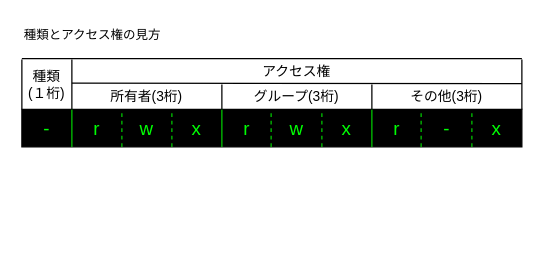
Above: page "chmodとアクセス権" (9 of 9) of AWS研修_WEBアプリ_挿絵.drawio in reizo0901/Doc (draw.io), before the change. Source tidied: cells renumbered, new cells numbered last; positions are measured from the earlier drawing's top-left corner, leaving out a move shared by most shapes. Both pictures are drawn from the tidied source at 125%, with x=0, y=0 at pixel (21, 21).
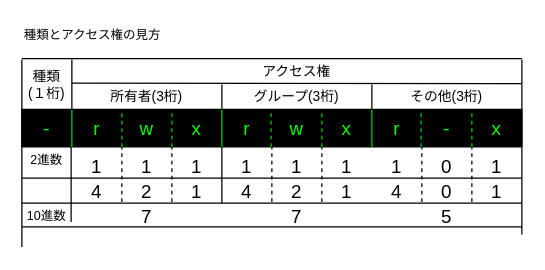
After the change.

Commit message (it also covers changes not shown here):
AWS研修_WEBアプリ_挿絵.drawio を更新します

What changed in the source:
```diff
@@
     <mxCell id="30" style="endArrow=none;html=1;strokeWidth=1;rounded=0;" parent="1" edge="1">
       <mxGeometry relative="1" as="geometry">
-        <mxPoint y="70" as="sourcePoint" />
+        <mxPoint y="180" as="sourcePoint" />
         <mxPoint y="30" as="targetPoint" />
       </mxGeometry>
     </mxCell>
@@
     <mxCell id="32" style="endArrow=none;html=1;strokeWidth=1;rounded=0;" parent="1" edge="1">
       <mxGeometry relative="1" as="geometry">
-        <mxPoint x="400" y="70" as="sourcePoint" />
+        <mxPoint x="400" y="170" as="sourcePoint" />
         <mxPoint x="400" y="30" as="targetPoint" />
       </mxGeometry>
     </mxCell>
@@
+    <mxCell id="37" value="1" style="text;html=1;strokeColor=none;fillColor=none;align=center;verticalAlign=middle;whiteSpace=wrap;rounded=0;fontSize=15;fontColor=#000000;" parent="1" vertex="1">
+      <mxGeometry x="40" y="100" width="40" height="30" as="geometry" />
+    </mxCell>
+    <mxCell id="38" value="1" style="text;html=1;strokeColor=none;fillColor=none;align=center;verticalAlign=middle;whiteSpace=wrap;rounded=0;fontSize=15;fontColor=#000000;" parent="1" vertex="1">
+      <mxGeometry x="80" y="100" width="40" height="30" as="geometry" />
+    </mxCell>
+    <mxCell id="39" value="1" style="text;html=1;strokeColor=none;fillColor=none;align=center;verticalAlign=middle;whiteSpace=wrap;rounded=0;fontSize=15;fontColor=#000000;" parent="1" vertex="1">
+      <mxGeometry x="120" y="100" width="40" height="30" as="geometry" />
+    </mxCell>
+    <mxCell id="40" value="1" style="text;html=1;strokeColor=none;fillColor=none;align=center;verticalAlign=middle;whiteSpace=wrap;rounded=0;fontSize=15;fontColor=#000000;" parent="1" vertex="1">
+      <mxGeometry x="160" y="100" width="40" height="30" as="geometry" />
+    </mxCell>
+    <mxCell id="41" value="1" style="text;html=1;strokeColor=none;fillColor=none;align=center;verticalAlign=middle;whiteSpace=wrap;rounded=0;fontSize=15;fontColor=#000000;" parent="1" vertex="1">
+      <mxGeometry x="200" y="100" width="40" height="30" as="geometry" />
+    </mxCell>
+    <mxCell id="42" value="1" style="text;html=1;strokeColor=none;fillColor=none;align=center;verticalAlign=middle;whiteSpace=wrap;rounded=0;fontSize=15;fontColor=#000000;" parent="1" vertex="1">
+      <mxGeometry x="240" y="100" width="40" height="30" as="geometry" />
+    </mxCell>
+    <mxCell id="43" value="1" style="text;html=1;strokeColor=none;fillColor=none;align=center;verticalAlign=middle;whiteSpace=wrap;rounded=0;fontSize=15;fontColor=#000000;" parent="1" vertex="1">
+      <mxGeometry x="280" y="100" width="40" height="30" as="geometry" />
+    </mxCell>
+    <mxCell id="44" value="0" style="text;html=1;strokeColor=none;fillColor=none;align=center;verticalAlign=middle;whiteSpace=wrap;rounded=0;fontSize=15;fontColor=#000000;" parent="1" vertex="1">
+      <mxGeometry x="320" y="100" width="40" height="30" as="geometry" />
+    </mxCell>
+    <mxCell id="45" value="1" style="text;html=1;strokeColor=none;fillColor=none;align=center;verticalAlign=middle;whiteSpace=wrap;rounded=0;fontSize=15;fontColor=#000000;" parent="1" vertex="1">
+      <mxGeometry x="360" y="100" width="40" height="30" as="geometry" />
+    </mxCell>
+    <mxCell id="46" value="2進数" style="text;html=1;strokeColor=none;fillColor=none;align=center;verticalAlign=middle;whiteSpace=wrap;rounded=0;fontSize=10;fontColor=#000000;" parent="1" vertex="1">
+      <mxGeometry y="100" width="40" height="20" as="geometry" />
+    </mxCell>
+    <mxCell id="47" value="10進数" style="text;html=1;strokeColor=none;fillColor=none;align=center;verticalAlign=middle;whiteSpace=wrap;rounded=0;fontSize=10;fontColor=#000000;" parent="1" vertex="1">
+      <mxGeometry y="140" width="40" height="30" as="geometry" />
+    </mxCell>
+    <mxCell id="48" value="7" style="text;html=1;strokeColor=none;fillColor=none;align=center;verticalAlign=middle;whiteSpace=wrap;rounded=0;fontSize=15;fontColor=#000000;" parent="1" vertex="1">
+      <mxGeometry x="80" y="140" width="40" height="30" as="geometry" />
+    </mxCell>
+    <mxCell id="49" value="7" style="text;html=1;strokeColor=none;fillColor=none;align=center;verticalAlign=middle;whiteSpace=wrap;rounded=0;fontSize=15;fontColor=#000000;" parent="1" vertex="1">
+      <mxGeometry x="200" y="140" width="40" height="30" as="geometry" />
+    </mxCell>
+    <mxCell id="50" value="5" style="text;html=1;strokeColor=none;fillColor=none;align=center;verticalAlign=middle;whiteSpace=wrap;rounded=0;fontSize=15;fontColor=#000000;" parent="1" vertex="1">
+      <mxGeometry x="320" y="140" width="40" height="30" as="geometry" />
+    </mxCell>
+    <mxCell id="51" value="4" style="text;html=1;strokeColor=none;fillColor=none;align=center;verticalAlign=middle;whiteSpace=wrap;rounded=0;fontSize=15;fontColor=#000000;" parent="1" vertex="1">
+      <mxGeometry x="40" y="120" width="40" height="30" as="geometry" />
+    </mxCell>
+    <mxCell id="52" value="2" style="text;html=1;strokeColor=none;fillColor=none;align=center;verticalAlign=middle;whiteSpace=wrap;rounded=0;fontSize=15;fontColor=#000000;" parent="1" vertex="1">
+      <mxGeometry x="80" y="120" width="40" height="30" as="geometry" />
+    </mxCell>
+    <mxCell id="53" value="1" style="text;html=1;strokeColor=none;fillColor=none;align=center;verticalAlign=middle;whiteSpace=wrap;rounded=0;fontSize=15;fontColor=#000000;" parent="1" vertex="1">
+      <mxGeometry x="120" y="120" width="40" height="30" as="geometry" />
+    </mxCell>
+    <mxCell id="54" value="4" style="text;html=1;strokeColor=none;fillColor=none;align=center;verticalAlign=middle;whiteSpace=wrap;rounded=0;fontSize=15;fontColor=#000000;" parent="1" vertex="1">
+      <mxGeometry x="160" y="120" width="40" height="30" as="geometry" />
+    </mxCell>
+    <mxCell id="55" value="2" style="text;html=1;strokeColor=none;fillColor=none;align=center;verticalAlign=middle;whiteSpace=wrap;rounded=0;fontSize=15;fontColor=#000000;" parent="1" vertex="1">
+      <mxGeometry x="200" y="120" width="40" height="30" as="geometry" />
+    </mxCell>
+    <mxCell id="56" value="1" style="text;html=1;strokeColor=none;fillColor=none;align=center;verticalAlign=middle;whiteSpace=wrap;rounded=0;fontSize=15;fontColor=#000000;" parent="1" vertex="1">
+      <mxGeometry x="240" y="120" width="40" height="30" as="geometry" />
+    </mxCell>
+    <mxCell id="57" value="4" style="text;html=1;strokeColor=none;fillColor=none;align=center;verticalAlign=middle;whiteSpace=wrap;rounded=0;fontSize=15;fontColor=#000000;" parent="1" vertex="1">
+      <mxGeometry x="280" y="120" width="40" height="30" as="geometry" />
+    </mxCell>
+    <mxCell id="58" value="0" style="text;html=1;strokeColor=none;fillColor=none;align=center;verticalAlign=middle;whiteSpace=wrap;rounded=0;fontSize=15;fontColor=#000000;" parent="1" vertex="1">
+      <mxGeometry x="320" y="120" width="40" height="30" as="geometry" />
+    </mxCell>
+    <mxCell id="59" value="1" style="text;html=1;strokeColor=none;fillColor=none;align=center;verticalAlign=middle;whiteSpace=wrap;rounded=0;fontSize=15;fontColor=#000000;" parent="1" vertex="1">
+      <mxGeometry x="360" y="120" width="40" height="30" as="geometry" />
+    </mxCell>
+    <mxCell id="60" style="endArrow=none;html=1;rounded=0;" parent="1" edge="1">
+      <mxGeometry relative="1" as="geometry">
+        <mxPoint y="145" as="sourcePoint" />
+        <mxPoint x="400" y="145" as="targetPoint" />
+      </mxGeometry>
+    </mxCell>
+    <mxCell id="61" style="endArrow=none;html=1;rounded=0;" parent="1" edge="1">
+      <mxGeometry relative="1" as="geometry">
+        <mxPoint x="39.4" y="160" as="sourcePoint" />
+        <mxPoint x="39.4" y="100" as="targetPoint" />
+      </mxGeometry>
+    </mxCell>
+    <mxCell id="62" style="endArrow=none;html=1;rounded=0;dashed=1;" parent="1" edge="1">
+      <mxGeometry relative="1" as="geometry">
+        <mxPoint x="80" y="144" as="sourcePoint" />
+        <mxPoint x="80" y="100" as="targetPoint" />
+      </mxGeometry>
+    </mxCell>
+    <mxCell id="63" style="endArrow=none;html=1;rounded=0;" parent="1" edge="1">
+      <mxGeometry relative="1" as="geometry">
+        <mxPoint x="160" y="145" as="sourcePoint" />
+        <mxPoint x="160" y="100" as="targetPoint" />
+      </mxGeometry>
+    </mxCell>
+    <mxCell id="64" style="endArrow=none;html=1;rounded=0;" parent="1" edge="1">
+      <mxGeometry relative="1" as="geometry">
+        <mxPoint y="125" as="sourcePoint" />
+        <mxPoint x="400" y="125" as="targetPoint" />
+      </mxGeometry>
+    </mxCell>
+    <mxCell id="65" style="endArrow=none;html=1;rounded=0;" parent="1" edge="1">
+      <mxGeometry relative="1" as="geometry">
+        <mxPoint y="164" as="sourcePoint" />
+        <mxPoint x="400" y="164" as="targetPoint" />
+      </mxGeometry>
+    </mxCell>
+    <mxCell id="66" style="endArrow=none;html=1;rounded=0;dashed=1;" parent="1" edge="1">
+      <mxGeometry relative="1" as="geometry">
+        <mxPoint x="120" y="144" as="sourcePoint" />
+        <mxPoint x="120" y="100" as="targetPoint" />
+      </mxGeometry>
+    </mxCell>
+    <mxCell id="67" style="endArrow=none;html=1;rounded=0;dashed=1;" parent="1" edge="1">
+      <mxGeometry relative="1" as="geometry">
+        <mxPoint x="200" y="144" as="sourcePoint" />
+        <mxPoint x="200" y="100" as="targetPoint" />
+      </mxGeometry>
+    </mxCell>
+    <mxCell id="68" style="endArrow=none;html=1;rounded=0;dashed=1;" parent="1" edge="1">
+      <mxGeometry relative="1" as="geometry">
+        <mxPoint x="240" y="144" as="sourcePoint" />
+        <mxPoint x="240" y="100" as="targetPoint" />
+      </mxGeometry>
+    </mxCell>
+    <mxCell id="69" style="endArrow=none;html=1;rounded=0;dashed=1;" parent="1" edge="1">
+      <mxGeometry relative="1" as="geometry">
+        <mxPoint x="320" y="144" as="sourcePoint" />
+        <mxPoint x="320" y="100" as="targetPoint" />
+      </mxGeometry>
+    </mxCell>
+    <mxCell id="70" style="endArrow=none;html=1;rounded=0;dashed=1;" parent="1" edge="1">
+      <mxGeometry relative="1" as="geometry">
+        <mxPoint x="360" y="144" as="sourcePoint" />
+        <mxPoint x="360" y="100" as="targetPoint" />
+      </mxGeometry>
+    </mxCell>
```
